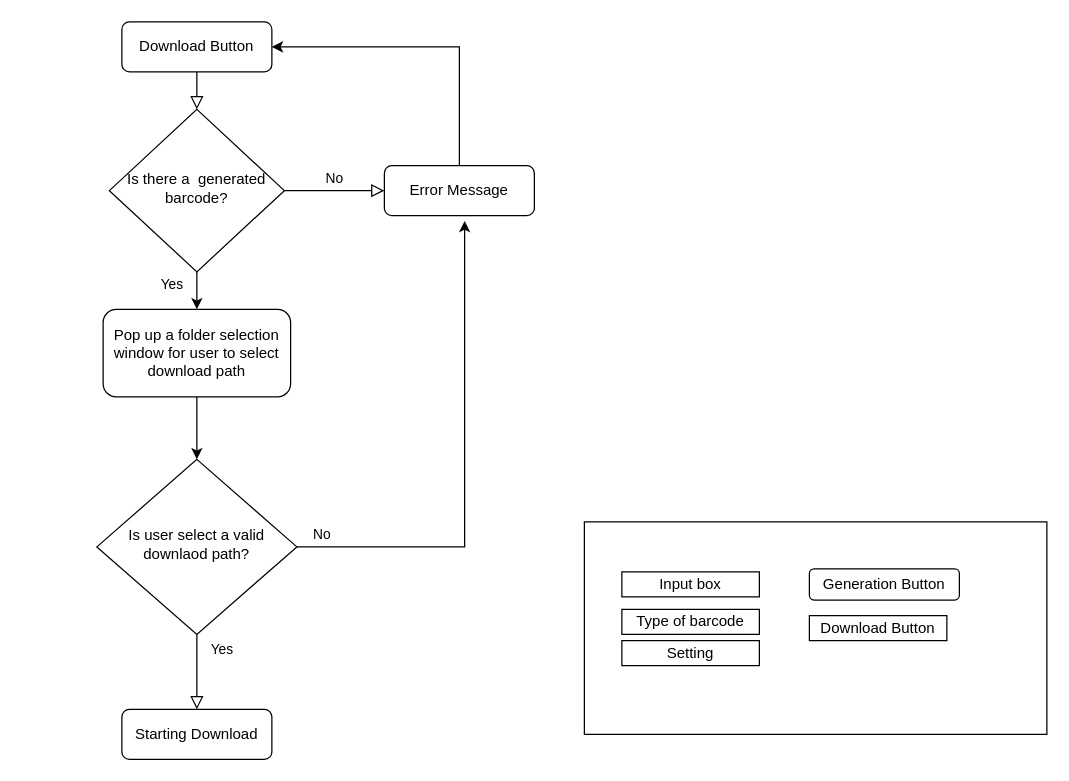
Before: frontend/Frontend UI.drawio in JeffLiHK/online_barcode_generator_design, a draw.io diagram. Source tidied: cells renumbered, new cells numbered last; positions are measured from the earlier drawing's top-left corner, leaving out a move shared by most shapes. Both pictures are drawn from the tidied source at 125%, with x=0, y=0 at pixel (96, 21).
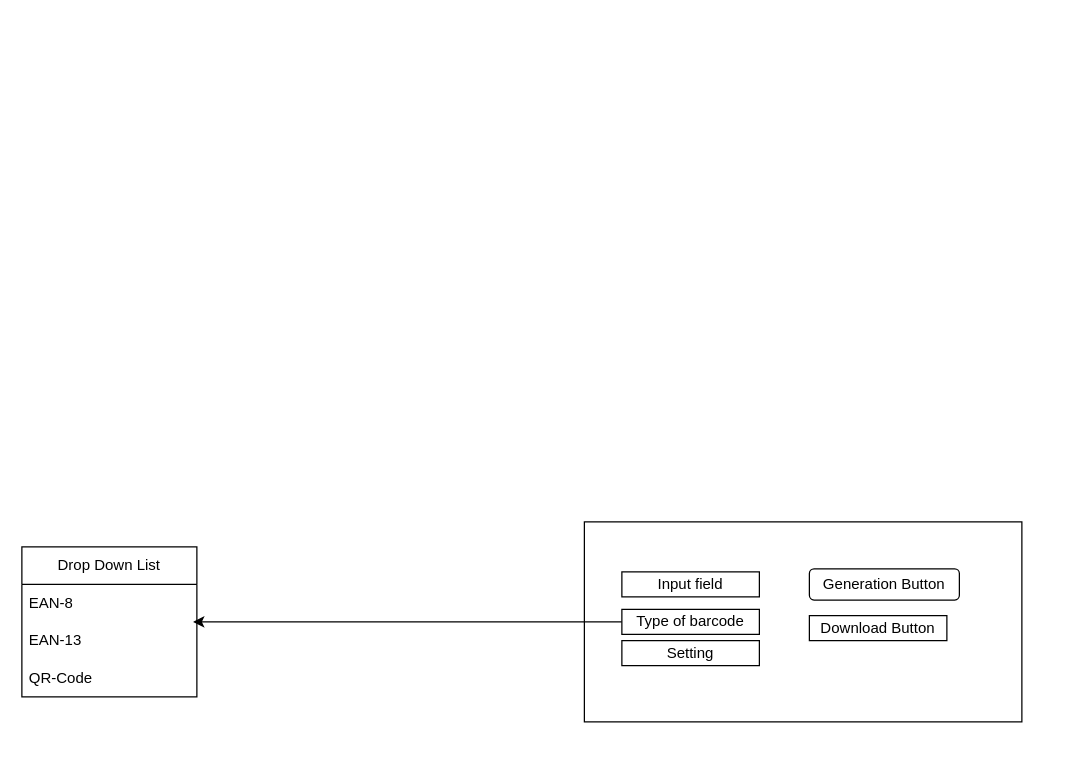
The same page after the edit.

Unchanged cells that the change refers to:
```xml
<mxCell id="17" value="Type of barcode" style="rounded=0;whiteSpace=wrap;html=1;" parent="1" vertex="1">
  <mxGeometry x="420" y="470" width="110" height="20" as="geometry" />
</mxCell>
```

Change to the diagram source:
```diff
@@
-    <mxCell id="2" style="rounded=0;html=1;jettySize=auto;fontSize=11;endArrow=block;endFill=0;endSize=8;strokeWidth=1;shadow=0;labelBackgroundColor=none;edgeStyle=orthogonalEdgeStyle;" parent="1" edge="1" source="3" target="6">
-      <mxGeometry relative="1" as="geometry" />
-    </mxCell>
-    <mxCell id="3" value="Download Button" style="rounded=1;whiteSpace=wrap;html=1;fontSize=12;glass=0;strokeWidth=1;shadow=0;" parent="1" vertex="1">
-      <mxGeometry x="20" width="120" height="40" as="geometry" />
-    </mxCell>
-    <mxCell id="4" value="No" style="edgeStyle=orthogonalEdgeStyle;rounded=0;html=1;jettySize=auto;fontSize=11;endArrow=block;endFill=0;endSize=8;strokeWidth=1;shadow=0;labelBackgroundColor=none;" parent="1" edge="1" source="6" target="8">
-      <mxGeometry y="10" relative="1" as="geometry" />
-    </mxCell>
-    <mxCell id="5" value="Yes" style="edgeStyle=orthogonalEdgeStyle;rounded=0;jettySize=auto;html=1;exitX=0.5;exitY=1;exitDx=0;exitDy=0;entryX=0.5;entryY=0;entryDx=0;entryDy=0;" parent="1" edge="1" source="6" target="13">
-      <mxGeometry x="-0.33" y="-20" relative="1" as="geometry" />
-    </mxCell>
-    <mxCell id="6" value="Is there a&amp;nbsp; generated barcode?" style="rhombus;whiteSpace=wrap;html=1;shadow=0;fontFamily=Helvetica;fontSize=12;align=center;strokeWidth=1;spacing=6;spacingTop=-4;" parent="1" vertex="1">
-      <mxGeometry x="10" y="70" width="140" height="130" as="geometry" />
-    </mxCell>
-    <mxCell id="7" style="edgeStyle=orthogonalEdgeStyle;rounded=0;jettySize=auto;html=1;exitX=0.5;exitY=0;exitDx=0;exitDy=0;entryX=1;entryY=0.5;entryDx=0;entryDy=0;" parent="1" edge="1" source="8" target="3">
-      <mxGeometry relative="1" as="geometry" />
-    </mxCell>
-    <mxCell id="8" value="Error Message" style="rounded=1;whiteSpace=wrap;html=1;fontSize=12;glass=0;strokeWidth=1;shadow=0;" parent="1" vertex="1">
-      <mxGeometry x="230" y="115" width="120" height="40" as="geometry" />
-    </mxCell>
-    <mxCell id="9" value="Yes" style="rounded=0;html=1;jettySize=auto;fontSize=11;endArrow=block;endFill=0;endSize=8;strokeWidth=1;shadow=0;labelBackgroundColor=none;edgeStyle=orthogonalEdgeStyle;" parent="1" edge="1" source="10" target="11">
-      <mxGeometry x="-0.6" y="20" relative="1" as="geometry" />
-    </mxCell>
-    <mxCell id="10" value="Is user select a valid downlaod path?" style="rhombus;whiteSpace=wrap;html=1;shadow=0;fontFamily=Helvetica;fontSize=12;align=center;strokeWidth=1;spacing=6;spacingTop=-4;" parent="1" vertex="1">
-      <mxGeometry y="350" width="160" height="140" as="geometry" />
-    </mxCell>
-    <mxCell id="11" value="Starting Download" style="rounded=1;whiteSpace=wrap;html=1;fontSize=12;glass=0;strokeWidth=1;shadow=0;" parent="1" vertex="1">
-      <mxGeometry x="20" y="550" width="120" height="40" as="geometry" />
-    </mxCell>
-    <mxCell id="12" style="edgeStyle=orthogonalEdgeStyle;rounded=0;jettySize=auto;html=1;exitX=0.5;exitY=1;exitDx=0;exitDy=0;entryX=0.5;entryY=0;entryDx=0;entryDy=0;" parent="1" edge="1" source="13" target="10">
-      <mxGeometry relative="1" as="geometry" />
-    </mxCell>
-    <mxCell id="13" value="Pop up a folder selection window for user to select download path" style="rounded=1;whiteSpace=wrap;html=1;fontSize=12;glass=0;strokeWidth=1;shadow=0;" parent="1" vertex="1">
-      <mxGeometry x="5" y="230" width="150" height="70" as="geometry" />
-    </mxCell>
-    <mxCell id="14" value="No" style="edgeStyle=orthogonalEdgeStyle;rounded=0;jettySize=auto;html=1;exitX=1;exitY=0.5;exitDx=0;exitDy=0;entryX=0.535;entryY=1.107;entryDx=0;entryDy=0;entryPerimeter=0;" parent="1" edge="1" source="10" target="8">
-      <mxGeometry x="-0.9" y="10" relative="1" as="geometry" />
-    </mxCell>
     <mxCell id="15" style="rounded=0;whiteSpace=wrap;html=1;" parent="1" vertex="1">
-      <mxGeometry x="390" y="400" width="370" height="170" as="geometry" />
+      <mxGeometry x="390" y="400" width="350" height="160" as="geometry" />
     </mxCell>
-    <mxCell id="16" value="Input box" style="rounded=0;whiteSpace=wrap;html=1;" parent="1" vertex="1">
+    <mxCell id="16" value="Input field" style="rounded=0;whiteSpace=wrap;html=1;" parent="1" vertex="1">
       <mxGeometry x="420" y="440" width="110" height="20" as="geometry" />
     </mxCell>
+    <mxCell id="21" style="edgeStyle=orthogonalEdgeStyle;rounded=0;jettySize=auto;html=1;" parent="1" edge="1" source="17">
+      <mxGeometry relative="1" as="geometry">
+        <mxPoint x="77" y="480" as="targetPoint" />
+      </mxGeometry>
+    </mxCell>
@@
+    <mxCell id="22" value="Drop Down List" style="swimlane;fontStyle=0;horizontal=1;startSize=30;whiteSpace=wrap;html=1;" parent="1" vertex="1">
+      <mxGeometry x="-60" y="420" width="140" height="120" as="geometry" />
+    </mxCell>
+    <mxCell id="23" value="EAN-8" style="text;strokeColor=none;fillColor=none;align=left;verticalAlign=middle;spacingLeft=4;spacingRight=4;overflow=hidden;whiteSpace=wrap;html=1;" parent="22" vertex="1">
+      <mxGeometry y="30" width="140" height="30" as="geometry" />
+    </mxCell>
+    <mxCell id="24" value="EAN-13" style="text;strokeColor=none;fillColor=none;align=left;verticalAlign=middle;spacingLeft=4;spacingRight=4;overflow=hidden;whiteSpace=wrap;html=1;" parent="22" vertex="1">
+      <mxGeometry y="60" width="140" height="30" as="geometry" />
+    </mxCell>
+    <mxCell id="25" value="QR-Code" style="text;strokeColor=none;fillColor=none;align=left;verticalAlign=middle;spacingLeft=4;spacingRight=4;overflow=hidden;whiteSpace=wrap;html=1;" parent="22" vertex="1">
+      <mxGeometry y="90" width="140" height="30" as="geometry" />
+    </mxCell>
```
